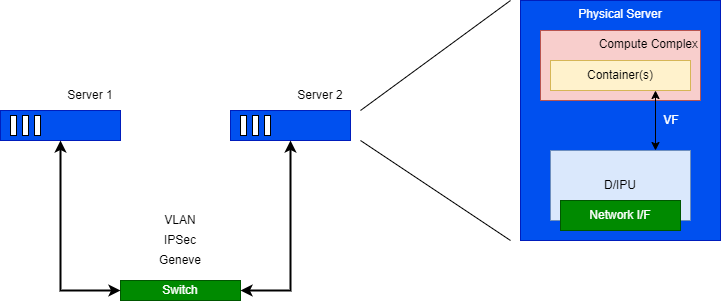
tedstreete/opi-api keeps this draw.io diagram as doc/images/API-Network-Use-Case.png. Above is the earlier version. Source tidied: cells renumbered, new cells last; positions are measured from the earlier drawing's top-left corner, leaving out a move shared by most shapes.
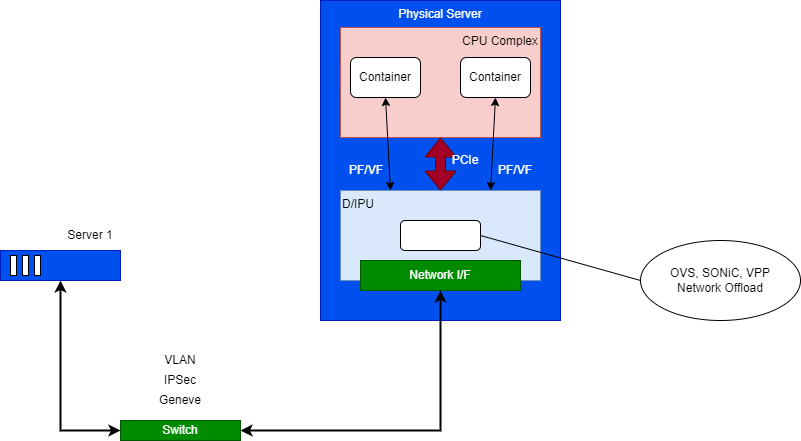
The same diagram one commit later.

Commit message:
Networking: Add Objectives and Goals in Readme

Diff of the diagram source:
```diff
@@ -5,15 +5,9 @@
     <mxCell id="2" style="group;fillColor=#0050ef;fontColor=#ffffff;strokeColor=#001DBC;" parent="1" vertex="1">
       <mxGeometry y="110" width="120" height="30" as="geometry" />
     </mxCell>
-    <mxCell id="3" style="group;fillColor=#0050ef;fontColor=#ffffff;strokeColor=#001DBC;" parent="1" vertex="1">
-      <mxGeometry x="230" y="110" width="120" height="30" as="geometry" />
-    </mxCell>
     <mxCell id="4" value="Server 1" style="text;html=1;strokeColor=none;fillColor=none;align=center;verticalAlign=middle;whiteSpace=wrap;rounded=0;" parent="1" vertex="1">
       <mxGeometry x="60" y="80" width="60" height="30" as="geometry" />
     </mxCell>
-    <mxCell id="5" value="Server 2" style="text;html=1;strokeColor=none;fillColor=none;align=center;verticalAlign=middle;whiteSpace=wrap;rounded=0;" parent="1" vertex="1">
-      <mxGeometry x="290" y="80" width="60" height="30" as="geometry" />
-    </mxCell>
     <mxCell id="6" value="VLAN" style="text;html=1;strokeColor=none;fillColor=none;align=center;verticalAlign=middle;whiteSpace=wrap;rounded=0;" parent="1" vertex="1">
       <mxGeometry x="150" y="210" width="60" height="20" as="geometry" />
     </mxCell>
@@ -32,21 +26,6 @@
     <mxCell id="11" style="rounded=0;whiteSpace=wrap;html=1;" parent="8" vertex="1">
       <mxGeometry x="12" width="6" height="20" as="geometry" />
     </mxCell>
-    <mxCell id="12" style="rounded=0;whiteSpace=wrap;html=1;fillColor=#0050ef;fontColor=#ffffff;strokeColor=#001DBC;" parent="1" vertex="1">
-      <mxGeometry x="230" y="110" width="120" height="30" as="geometry" />
-    </mxCell>
-    <mxCell id="13" style="group;" parent="1" vertex="1">
-      <mxGeometry x="240" y="115" width="30" height="20" as="geometry" />
-    </mxCell>
-    <mxCell id="14" style="rounded=0;whiteSpace=wrap;html=1;" parent="13" vertex="1">
-      <mxGeometry width="6" height="20" as="geometry" />
-    </mxCell>
-    <mxCell id="15" style="rounded=0;whiteSpace=wrap;html=1;" parent="13" vertex="1">
-      <mxGeometry x="24" width="6" height="20" as="geometry" />
-    </mxCell>
-    <mxCell id="16" style="rounded=0;whiteSpace=wrap;html=1;" parent="13" vertex="1">
-      <mxGeometry x="12" width="6" height="20" as="geometry" />
-    </mxCell>
     <mxCell id="17" value="IPSec" style="text;html=1;strokeColor=none;fillColor=none;align=center;verticalAlign=middle;whiteSpace=wrap;rounded=0;" parent="1" vertex="1">
       <mxGeometry x="150" y="230" width="60" height="20" as="geometry" />
     </mxCell>
@@ -54,37 +33,22 @@
       <mxGeometry x="150" y="250" width="60" height="20" as="geometry" />
     </mxCell>
     <mxCell id="19" value="Physical Server" style="rounded=0;whiteSpace=wrap;html=1;fontSize=12;fontColor=#ffffff;verticalAlign=top;fillColor=#0050ef;strokeColor=#001DBC;" parent="1" vertex="1">
-      <mxGeometry x="520" width="200" height="240" as="geometry" />
+      <mxGeometry x="320" y="-140" width="240" height="320" as="geometry" />
     </mxCell>
-    <mxCell id="20" value="Compute Complex&lt;br&gt;" style="rounded=0;whiteSpace=wrap;html=1;fontSize=12;strokeColor=#b85450;verticalAlign=top;align=right;fillColor=#f8cecc;" parent="1" vertex="1">
-      <mxGeometry x="540" y="30" width="160" height="70" as="geometry" />
+    <mxCell id="20" value="CPU Complex" style="rounded=0;whiteSpace=wrap;html=1;fontSize=12;strokeColor=#b85450;verticalAlign=top;align=right;fillColor=#f8cecc;" parent="1" vertex="1">
+      <mxGeometry x="340" y="-113" width="200" height="110" as="geometry" />
     </mxCell>
-    <mxCell id="21" value="D/IPU" style="rounded=0;whiteSpace=wrap;html=1;fontSize=12;strokeColor=#6c8ebf;fillColor=#dae8fc;" parent="1" vertex="1">
-      <mxGeometry x="550" y="150" width="140" height="70" as="geometry" />
+    <mxCell id="21" value="D/IPU" style="rounded=0;whiteSpace=wrap;html=1;fontSize=12;strokeColor=#6c8ebf;fillColor=#dae8fc;verticalAlign=top;align=left;" parent="1" vertex="1">
+      <mxGeometry x="340" y="50" width="200" height="90" as="geometry" />
     </mxCell>
     <mxCell id="22" value="Network I/F" style="rounded=0;whiteSpace=wrap;html=1;fontSize=12;fontColor=#ffffff;strokeColor=#005700;fillColor=#008a00;" parent="1" vertex="1">
-      <mxGeometry x="560" y="200" width="120" height="30" as="geometry" />
+      <mxGeometry x="360" y="120" width="160" height="30" as="geometry" />
     </mxCell>
-    <mxCell id="23" style="endArrow=none;html=1;rounded=0;fontSize=12;fontColor=#000000;" parent="1" edge="1">
-      <mxGeometry relative="1" as="geometry">
-        <mxPoint x="360" y="110" as="sourcePoint" />
-        <mxPoint x="510" as="targetPoint" />
-      </mxGeometry>
-    </mxCell>
-    <mxCell id="24" style="endArrow=none;html=1;rounded=0;fontSize=12;fontColor=#000000;" parent="1" edge="1">
-      <mxGeometry relative="1" as="geometry">
-        <mxPoint x="360" y="140" as="sourcePoint" />
-        <mxPoint x="510" y="240" as="targetPoint" />
-      </mxGeometry>
-    </mxCell>
-    <mxCell id="25" value="Container(s)" style="rounded=0;whiteSpace=wrap;html=1;fontSize=12;strokeColor=#d6b656;fillColor=#fff2cc;" parent="1" vertex="1">
-      <mxGeometry x="550" y="60" width="140" height="30" as="geometry" />
-    </mxCell>
-    <mxCell id="26" style="endArrow=classic;startArrow=classic;html=1;rounded=0;fontSize=12;fontColor=#000000;entryX=0.75;entryY=1;entryDx=0;entryDy=0;exitX=0.75;exitY=0;exitDx=0;exitDy=0;" parent="1" edge="1" source="21" target="25">
+    <mxCell id="26" style="endArrow=classic;startArrow=classic;html=1;rounded=0;fontSize=12;fontColor=#000000;exitX=0.75;exitY=0;exitDx=0;exitDy=0;entryX=0.5;entryY=1;entryDx=0;entryDy=0;" parent="1" edge="1" source="21" target="32">
       <mxGeometry relative="1" as="geometry" />
     </mxCell>
-    <mxCell id="27" value="VF" style="text;html=1;strokeColor=none;fillColor=none;align=center;verticalAlign=middle;whiteSpace=wrap;rounded=0;fontSize=12;fontColor=#FFFFFF;" parent="1" vertex="1">
-      <mxGeometry x="656" y="110" width="30" height="20" as="geometry" />
+    <mxCell id="27" value="PF/VF" style="text;html=1;strokeColor=none;fillColor=none;align=center;verticalAlign=middle;whiteSpace=wrap;rounded=0;fontSize=12;fontColor=#FFFFFF;" parent="1" vertex="1">
+      <mxGeometry x="500" y="20" width="30" height="20" as="geometry" />
     </mxCell>
     <mxCell id="28" value="Switch" style="rounded=0;whiteSpace=wrap;html=1;fillColor=#008a00;strokeColor=#005700;fontColor=#ffffff;" parent="1" vertex="1">
       <mxGeometry x="120" y="280" width="120" height="20" as="geometry" />
@@ -96,12 +60,39 @@
         </Array>
       </mxGeometry>
     </mxCell>
-    <mxCell id="30" style="endArrow=classic;startArrow=classic;html=1;rounded=0;exitX=1;exitY=0.5;exitDx=0;exitDy=0;entryX=0.5;entryY=1;entryDx=0;entryDy=0;strokeWidth=2;" parent="1" edge="1" source="28" target="12">
-      <mxGeometry relative="1" as="geometry">
-        <Array as="points">
-          <mxPoint x="290" y="290" />
-        </Array>
-      </mxGeometry>
-    </mxCell>
+    <mxCell id="31" value="Container" style="rounded=1;whiteSpace=wrap;html=1;" parent="1" vertex="1">
+      <mxGeometry x="350" y="-83" width="70" height="40" as="geometry" />
+    </mxCell>
+    <mxCell id="32" value="Container" style="rounded=1;whiteSpace=wrap;html=1;" parent="1" vertex="1">
+      <mxGeometry x="460" y="-83" width="70" height="40" as="geometry" />
+    </mxCell>
+    <mxCell id="33" style="endArrow=classic;startArrow=classic;html=1;rounded=0;entryX=0.5;entryY=1;entryDx=0;entryDy=0;exitX=0.25;exitY=0;exitDx=0;exitDy=0;" parent="1" edge="1" source="21" target="31">
+      <mxGeometry relative="1" as="geometry" />
+    </mxCell>
+    <mxCell id="34" value="PF/VF" style="text;html=1;strokeColor=none;fillColor=none;align=center;verticalAlign=middle;whiteSpace=wrap;rounded=0;fontSize=12;fontColor=#FFFFFF;" parent="1" vertex="1">
+      <mxGeometry x="351" y="20" width="30" height="20" as="geometry" />
+    </mxCell>
+    <mxCell id="35" style="endArrow=classic;startArrow=classic;html=1;rounded=0;entryX=0.5;entryY=1;entryDx=0;entryDy=0;exitX=1;exitY=0.5;exitDx=0;exitDy=0;strokeWidth=2;" parent="1" edge="1" source="28" target="22">
+      <mxGeometry relative="1" as="geometry">
+        <Array as="points">
+          <mxPoint x="440" y="290" />
+        </Array>
+      </mxGeometry>
+    </mxCell>
+    <mxCell id="36" style="rounded=1;whiteSpace=wrap;html=1;" parent="1" vertex="1">
+      <mxGeometry x="400" y="80" width="80" height="30" as="geometry" />
+    </mxCell>
+    <mxCell id="37" value="OVS, SONiC, VPP&lt;br&gt;Network Offload" style="ellipse;whiteSpace=wrap;html=1;" parent="1" vertex="1">
+      <mxGeometry x="640" y="100" width="160" height="80" as="geometry" />
+    </mxCell>
+    <mxCell id="38" style="endArrow=none;html=1;rounded=0;strokeWidth=1;entryX=0;entryY=0.5;entryDx=0;entryDy=0;exitX=1;exitY=0.5;exitDx=0;exitDy=0;" parent="1" edge="1" source="36" target="37">
+      <mxGeometry relative="1" as="geometry" />
+    </mxCell>
+    <mxCell id="39" style="shape=flexArrow;endArrow=classic;startArrow=classic;html=1;rounded=0;strokeWidth=1;entryX=0.5;entryY=1;entryDx=0;entryDy=0;fillColor=#a20025;strokeColor=#6F0000;" parent="1" edge="1" source="21" target="20">
+      <mxGeometry relative="1" as="geometry" />
+    </mxCell>
+    <mxCell id="40" value="PCIe" style="text;html=1;strokeColor=none;fillColor=none;align=center;verticalAlign=middle;whiteSpace=wrap;rounded=0;fontSize=12;fontColor=#FFFFFF;" parent="1" vertex="1">
+      <mxGeometry x="450" y="10" width="30" height="20" as="geometry" />
+    </mxCell>
   </root>
 </mxGraphModel>
```
